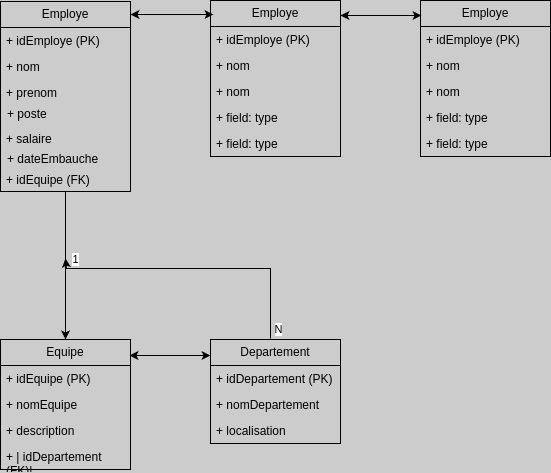
The draw.io diagram MCD.png in ach-ser-enset/Base-de-donn-es, before a commit. Source tidied: cells renumbered, new cells last; positions are measured from the earlier drawing's top-left corner, leaving out a move shared by most shapes. Its diagram source:
```xml
<mxGraphModel background="#CCCCCC">
  <root>
    <mxCell id="0" />
    <mxCell id="1" parent="0" />
    <mxCell id="2" style="edgeStyle=orthogonalEdgeStyle;rounded=0;jettySize=auto;html=1;" parent="1" edge="1" source="3" target="8">
      <mxGeometry relative="1" as="geometry" />
    </mxCell>
    <mxCell id="3" value="Employe" style="swimlane;fontStyle=0;horizontal=1;startSize=26;fillColor=none;whiteSpace=wrap;html=1;" parent="1" vertex="1">
      <mxGeometry y="1" width="130" height="190" as="geometry" />
    </mxCell>
    <mxCell id="4" value="+&amp;nbsp;idEmploye (PK) " style="text;strokeColor=none;fillColor=none;align=left;verticalAlign=top;spacingLeft=4;spacingRight=4;overflow=hidden;whiteSpace=wrap;html=1;" parent="3" vertex="1">
      <mxGeometry y="26" width="130" height="26" as="geometry" />
    </mxCell>
    <mxCell id="5" value="+ nom&lt;div&gt;&lt;br&gt;&lt;/div&gt;" style="text;strokeColor=none;fillColor=none;align=left;verticalAlign=top;spacingLeft=4;spacingRight=4;overflow=hidden;whiteSpace=wrap;html=1;" parent="3" vertex="1">
      <mxGeometry y="52" width="130" height="26" as="geometry" />
    </mxCell>
    <mxCell id="6" value="+ prenom" style="text;strokeColor=none;fillColor=none;align=left;verticalAlign=top;spacingLeft=4;spacingRight=4;overflow=hidden;whiteSpace=wrap;html=1;" parent="3" vertex="1">
      <mxGeometry y="78" width="130" height="112" as="geometry" />
    </mxCell>
    <mxCell id="7" style="edgeStyle=orthogonalEdgeStyle;rounded=0;orthogonalLoop=1;jettySize=auto;html=1;" parent="1" edge="1">
      <mxGeometry relative="1" as="geometry">
        <mxPoint x="130" y="355" as="sourcePoint" />
        <mxPoint x="210" y="355" as="targetPoint" />
        <Array as="points">
          <mxPoint x="140" y="355" />
          <mxPoint x="140" y="355" />
        </Array>
      </mxGeometry>
    </mxCell>
    <mxCell id="8" value="Equipe" style="swimlane;fontStyle=0;horizontal=1;startSize=26;fillColor=none;whiteSpace=wrap;html=1;" parent="1" vertex="1">
      <mxGeometry y="339" width="130" height="130" as="geometry" />
    </mxCell>
    <mxCell id="9" value="+&amp;nbsp;idEquipe (PK) " style="text;strokeColor=none;fillColor=none;align=left;verticalAlign=top;spacingLeft=4;spacingRight=4;overflow=hidden;whiteSpace=wrap;html=1;" parent="8" vertex="1">
      <mxGeometry y="26" width="130" height="26" as="geometry" />
    </mxCell>
    <mxCell id="10" value="+ nomEquipe&lt;div&gt;&lt;br&gt;&lt;/div&gt;" style="text;strokeColor=none;fillColor=none;align=left;verticalAlign=top;spacingLeft=4;spacingRight=4;overflow=hidden;whiteSpace=wrap;html=1;" parent="8" vertex="1">
      <mxGeometry y="52" width="130" height="26" as="geometry" />
    </mxCell>
    <mxCell id="11" value="+ description" style="text;strokeColor=none;fillColor=none;align=left;verticalAlign=top;spacingLeft=4;spacingRight=4;overflow=hidden;whiteSpace=wrap;html=1;" parent="8" vertex="1">
      <mxGeometry y="78" width="130" height="26" as="geometry" />
    </mxCell>
    <mxCell id="12" value="+ | idDepartement (FK)|&lt;div&gt;&lt;br/&gt;&lt;/div&gt;" style="text;strokeColor=none;fillColor=none;align=left;verticalAlign=top;spacingLeft=4;spacingRight=4;overflow=hidden;whiteSpace=wrap;html=1;" parent="8" vertex="1">
      <mxGeometry y="104" width="130" height="26" as="geometry" />
    </mxCell>
    <mxCell id="13" style="edgeStyle=orthogonalEdgeStyle;rounded=0;orthogonalLoop=1;jettySize=auto;html=1;" parent="1" edge="1">
      <mxGeometry relative="1" as="geometry">
        <mxPoint x="341" y="15" as="sourcePoint" />
        <mxPoint x="421" y="15" as="targetPoint" />
      </mxGeometry>
    </mxCell>
    <mxCell id="14" value="Employe" style="swimlane;fontStyle=0;horizontal=1;startSize=26;fillColor=none;whiteSpace=wrap;html=1;" parent="1" vertex="1">
      <mxGeometry x="210" width="130" height="156" as="geometry" />
    </mxCell>
    <mxCell id="15" value="+&amp;nbsp;idEmploye (PK) " style="text;strokeColor=none;fillColor=none;align=left;verticalAlign=top;spacingLeft=4;spacingRight=4;overflow=hidden;whiteSpace=wrap;html=1;" parent="14" vertex="1">
      <mxGeometry y="26" width="130" height="26" as="geometry" />
    </mxCell>
    <mxCell id="16" value="+ nom&lt;div&gt;&lt;br&gt;&lt;/div&gt;" style="text;strokeColor=none;fillColor=none;align=left;verticalAlign=top;spacingLeft=4;spacingRight=4;overflow=hidden;whiteSpace=wrap;html=1;" parent="14" vertex="1">
      <mxGeometry y="52" width="130" height="26" as="geometry" />
    </mxCell>
    <mxCell id="17" value="+ nom&lt;div&gt;&lt;br&gt;&lt;/div&gt;" style="text;strokeColor=none;fillColor=none;align=left;verticalAlign=top;spacingLeft=4;spacingRight=4;overflow=hidden;whiteSpace=wrap;html=1;" parent="14" vertex="1">
      <mxGeometry y="78" width="130" height="26" as="geometry" />
    </mxCell>
    <mxCell id="18" value="+ field: type" style="text;strokeColor=none;fillColor=none;align=left;verticalAlign=top;spacingLeft=4;spacingRight=4;overflow=hidden;whiteSpace=wrap;html=1;" parent="14" vertex="1">
      <mxGeometry y="104" width="130" height="26" as="geometry" />
    </mxCell>
    <mxCell id="19" value="+ field: type" style="text;strokeColor=none;fillColor=none;align=left;verticalAlign=top;spacingLeft=4;spacingRight=4;overflow=hidden;whiteSpace=wrap;html=1;" parent="14" vertex="1">
      <mxGeometry y="130" width="130" height="26" as="geometry" />
    </mxCell>
    <mxCell id="20" value="Employe" style="swimlane;fontStyle=0;horizontal=1;startSize=26;fillColor=none;whiteSpace=wrap;html=1;" parent="1" vertex="1">
      <mxGeometry x="420" width="130" height="156" as="geometry" />
    </mxCell>
    <mxCell id="21" value="+&amp;nbsp;idEmploye (PK) " style="text;strokeColor=none;fillColor=none;align=left;verticalAlign=top;spacingLeft=4;spacingRight=4;overflow=hidden;whiteSpace=wrap;html=1;" parent="20" vertex="1">
      <mxGeometry y="26" width="130" height="26" as="geometry" />
    </mxCell>
    <mxCell id="22" value="+ nom&lt;div&gt;&lt;br&gt;&lt;/div&gt;" style="text;strokeColor=none;fillColor=none;align=left;verticalAlign=top;spacingLeft=4;spacingRight=4;overflow=hidden;whiteSpace=wrap;html=1;" parent="20" vertex="1">
      <mxGeometry y="52" width="130" height="26" as="geometry" />
    </mxCell>
    <mxCell id="23" value="+ nom&lt;div&gt;&lt;br&gt;&lt;/div&gt;" style="text;strokeColor=none;fillColor=none;align=left;verticalAlign=top;spacingLeft=4;spacingRight=4;overflow=hidden;whiteSpace=wrap;html=1;" parent="20" vertex="1">
      <mxGeometry y="78" width="130" height="26" as="geometry" />
    </mxCell>
    <mxCell id="24" value="+ field: type" style="text;strokeColor=none;fillColor=none;align=left;verticalAlign=top;spacingLeft=4;spacingRight=4;overflow=hidden;whiteSpace=wrap;html=1;" parent="20" vertex="1">
      <mxGeometry y="104" width="130" height="26" as="geometry" />
    </mxCell>
    <mxCell id="25" value="+ field: type" style="text;strokeColor=none;fillColor=none;align=left;verticalAlign=top;spacingLeft=4;spacingRight=4;overflow=hidden;whiteSpace=wrap;html=1;" parent="20" vertex="1">
      <mxGeometry y="130" width="130" height="26" as="geometry" />
    </mxCell>
    <mxCell id="26" style="edgeStyle=orthogonalEdgeStyle;rounded=0;orthogonalLoop=1;jettySize=auto;html=1;" parent="1" edge="1">
      <mxGeometry relative="1" as="geometry">
        <mxPoint x="270" y="338" as="sourcePoint" />
        <mxPoint x="65" y="258" as="targetPoint" />
        <Array as="points">
          <mxPoint x="270" y="268" />
          <mxPoint x="66" y="268" />
        </Array>
      </mxGeometry>
    </mxCell>
    <mxCell id="27" value="1" style="edgeLabel;html=1;align=center;verticalAlign=middle;" parent="26" vertex="1">
      <mxGeometry x="0.96" relative="1" as="geometry">
        <mxPoint x="9" y="-5" as="offset" />
      </mxGeometry>
    </mxCell>
    <mxCell id="28" value="N" style="edgeLabel;html=1;align=center;verticalAlign=middle;" parent="26" vertex="1">
      <mxGeometry x="-0.93" y="-2" relative="1" as="geometry">
        <mxPoint x="5" as="offset" />
      </mxGeometry>
    </mxCell>
    <mxCell id="29" value="Departement" style="swimlane;fontStyle=0;horizontal=1;startSize=26;fillColor=none;whiteSpace=wrap;html=1;" parent="1" vertex="1">
      <mxGeometry x="210" y="339" width="130" height="104" as="geometry" />
    </mxCell>
    <mxCell id="30" value="+&amp;nbsp;idDepartement (PK) " style="text;strokeColor=none;fillColor=none;align=left;verticalAlign=top;spacingLeft=4;spacingRight=4;overflow=hidden;whiteSpace=wrap;html=1;" parent="29" vertex="1">
      <mxGeometry y="26" width="130" height="26" as="geometry" />
    </mxCell>
    <mxCell id="31" value="+ nomDepartement&lt;div&gt;&lt;br&gt;&lt;/div&gt;" style="text;strokeColor=none;fillColor=none;align=left;verticalAlign=top;spacingLeft=4;spacingRight=4;overflow=hidden;whiteSpace=wrap;html=1;" parent="29" vertex="1">
      <mxGeometry y="52" width="130" height="26" as="geometry" />
    </mxCell>
    <mxCell id="32" value="+&amp;nbsp;localisation" style="text;strokeColor=none;fillColor=none;align=left;verticalAlign=top;spacingLeft=4;spacingRight=4;overflow=hidden;whiteSpace=wrap;html=1;" parent="29" vertex="1">
      <mxGeometry y="78" width="130" height="26" as="geometry" />
    </mxCell>
    <mxCell id="33" style="edgeStyle=orthogonalEdgeStyle;rounded=0;orthogonalLoop=1;jettySize=auto;html=1;exitX=-0.023;exitY=0.077;exitDx=0;exitDy=0;exitPerimeter=0;" parent="1" edge="1">
      <mxGeometry relative="1" as="geometry">
        <mxPoint x="206" y="355" as="sourcePoint" />
        <mxPoint x="129" y="355" as="targetPoint" />
      </mxGeometry>
    </mxCell>
    <mxCell id="34" style="edgeStyle=orthogonalEdgeStyle;rounded=0;orthogonalLoop=1;jettySize=auto;html=1;entryX=0;entryY=0.5;entryDx=0;entryDy=0;" parent="1" edge="1">
      <mxGeometry relative="1" as="geometry">
        <mxPoint x="133" y="14" as="sourcePoint" />
        <mxPoint x="213" y="14" as="targetPoint" />
      </mxGeometry>
    </mxCell>
    <mxCell id="35" style="edgeStyle=orthogonalEdgeStyle;rounded=0;orthogonalLoop=1;jettySize=auto;html=1;entryX=1;entryY=0.5;entryDx=0;entryDy=0;" parent="1" edge="1">
      <mxGeometry relative="1" as="geometry">
        <mxPoint x="210" y="14" as="sourcePoint" />
        <mxPoint x="130" y="14" as="targetPoint" />
      </mxGeometry>
    </mxCell>
    <mxCell id="36" style="edgeStyle=orthogonalEdgeStyle;rounded=0;orthogonalLoop=1;jettySize=auto;html=1;entryX=1;entryY=0.5;entryDx=0;entryDy=0;" parent="1" edge="1">
      <mxGeometry relative="1" as="geometry">
        <mxPoint x="420" y="15" as="sourcePoint" />
        <mxPoint x="340" y="15" as="targetPoint" />
      </mxGeometry>
    </mxCell>
    <mxCell id="37" value="+ salaire" style="text;strokeColor=none;fillColor=none;align=left;verticalAlign=top;spacingLeft=4;spacingRight=4;overflow=hidden;whiteSpace=wrap;html=1;" parent="1" vertex="1">
      <mxGeometry y="125" width="130" height="40" as="geometry" />
    </mxCell>
    <mxCell id="38" value="+ dateEmbauche" style="text;strokeColor=none;fillColor=none;align=left;verticalAlign=top;spacingLeft=4;spacingRight=4;overflow=hidden;whiteSpace=wrap;html=1;" parent="1" vertex="1">
      <mxGeometry x="1" y="145" width="130" height="40" as="geometry" />
    </mxCell>
    <mxCell id="39" value="+ poste" style="text;strokeColor=none;fillColor=none;align=left;verticalAlign=top;spacingLeft=4;spacingRight=4;overflow=hidden;whiteSpace=wrap;html=1;" parent="1" vertex="1">
      <mxGeometry x="1" y="100" width="130" height="26" as="geometry" />
    </mxCell>
    <mxCell id="40" value="+ idEquipe (FK)" style="text;strokeColor=none;fillColor=none;align=left;verticalAlign=top;spacingLeft=4;spacingRight=4;overflow=hidden;whiteSpace=wrap;html=1;" parent="1" vertex="1">
      <mxGeometry y="166" width="130" height="40" as="geometry" />
    </mxCell>
  </root>
</mxGraphModel>
```
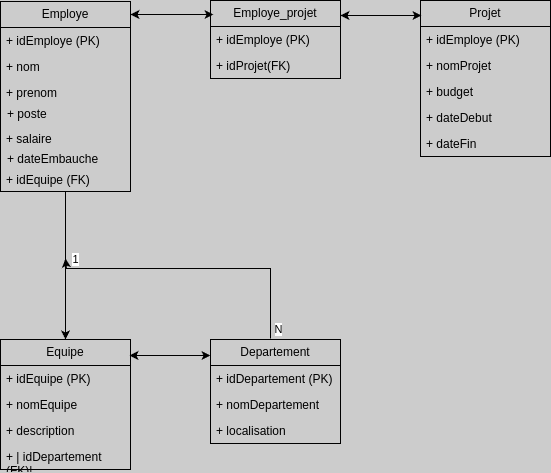
Above is the later version.

What changed in the source:
```diff
@@ -48,40 +48,31 @@
         <mxPoint x="421" y="15" as="targetPoint" />
       </mxGeometry>
     </mxCell>
-    <mxCell id="14" value="Employe" style="swimlane;fontStyle=0;horizontal=1;startSize=26;fillColor=none;whiteSpace=wrap;html=1;" parent="1" vertex="1">
-      <mxGeometry x="210" width="130" height="156" as="geometry" />
+    <mxCell id="14" value="Employe_projet" style="swimlane;fontStyle=0;horizontal=1;startSize=26;fillColor=none;whiteSpace=wrap;html=1;" parent="1" vertex="1">
+      <mxGeometry x="210" width="130" height="78" as="geometry" />
     </mxCell>
     <mxCell id="15" value="+&amp;nbsp;idEmploye (PK) " style="text;strokeColor=none;fillColor=none;align=left;verticalAlign=top;spacingLeft=4;spacingRight=4;overflow=hidden;whiteSpace=wrap;html=1;" parent="14" vertex="1">
       <mxGeometry y="26" width="130" height="26" as="geometry" />
     </mxCell>
-    <mxCell id="16" value="+ nom&lt;div&gt;&lt;br&gt;&lt;/div&gt;" style="text;strokeColor=none;fillColor=none;align=left;verticalAlign=top;spacingLeft=4;spacingRight=4;overflow=hidden;whiteSpace=wrap;html=1;" parent="14" vertex="1">
+    <mxCell id="16" value="+ idProjet(FK)&lt;div&gt;&lt;br&gt;&lt;/div&gt;" style="text;strokeColor=none;fillColor=none;align=left;verticalAlign=top;spacingLeft=4;spacingRight=4;overflow=hidden;whiteSpace=wrap;html=1;" parent="14" vertex="1">
       <mxGeometry y="52" width="130" height="26" as="geometry" />
     </mxCell>
-    <mxCell id="17" value="+ nom&lt;div&gt;&lt;br&gt;&lt;/div&gt;" style="text;strokeColor=none;fillColor=none;align=left;verticalAlign=top;spacingLeft=4;spacingRight=4;overflow=hidden;whiteSpace=wrap;html=1;" parent="14" vertex="1">
-      <mxGeometry y="78" width="130" height="26" as="geometry" />
-    </mxCell>
-    <mxCell id="18" value="+ field: type" style="text;strokeColor=none;fillColor=none;align=left;verticalAlign=top;spacingLeft=4;spacingRight=4;overflow=hidden;whiteSpace=wrap;html=1;" parent="14" vertex="1">
-      <mxGeometry y="104" width="130" height="26" as="geometry" />
-    </mxCell>
-    <mxCell id="19" value="+ field: type" style="text;strokeColor=none;fillColor=none;align=left;verticalAlign=top;spacingLeft=4;spacingRight=4;overflow=hidden;whiteSpace=wrap;html=1;" parent="14" vertex="1">
-      <mxGeometry y="130" width="130" height="26" as="geometry" />
-    </mxCell>
-    <mxCell id="20" value="Employe" style="swimlane;fontStyle=0;horizontal=1;startSize=26;fillColor=none;whiteSpace=wrap;html=1;" parent="1" vertex="1">
+    <mxCell id="20" value="Projet" style="swimlane;fontStyle=0;horizontal=1;startSize=26;fillColor=none;whiteSpace=wrap;html=1;" parent="1" vertex="1">
       <mxGeometry x="420" width="130" height="156" as="geometry" />
     </mxCell>
     <mxCell id="21" value="+&amp;nbsp;idEmploye (PK) " style="text;strokeColor=none;fillColor=none;align=left;verticalAlign=top;spacingLeft=4;spacingRight=4;overflow=hidden;whiteSpace=wrap;html=1;" parent="20" vertex="1">
       <mxGeometry y="26" width="130" height="26" as="geometry" />
     </mxCell>
-    <mxCell id="22" value="+ nom&lt;div&gt;&lt;br&gt;&lt;/div&gt;" style="text;strokeColor=none;fillColor=none;align=left;verticalAlign=top;spacingLeft=4;spacingRight=4;overflow=hidden;whiteSpace=wrap;html=1;" parent="20" vertex="1">
+    <mxCell id="22" value="+ nomProjet&lt;div&gt;&lt;br&gt;&lt;/div&gt;" style="text;strokeColor=none;fillColor=none;align=left;verticalAlign=top;spacingLeft=4;spacingRight=4;overflow=hidden;whiteSpace=wrap;html=1;" parent="20" vertex="1">
       <mxGeometry y="52" width="130" height="26" as="geometry" />
     </mxCell>
-    <mxCell id="23" value="+ nom&lt;div&gt;&lt;br&gt;&lt;/div&gt;" style="text;strokeColor=none;fillColor=none;align=left;verticalAlign=top;spacingLeft=4;spacingRight=4;overflow=hidden;whiteSpace=wrap;html=1;" parent="20" vertex="1">
+    <mxCell id="23" value="+ budget&lt;div&gt;&lt;br&gt;&lt;/div&gt;" style="text;strokeColor=none;fillColor=none;align=left;verticalAlign=top;spacingLeft=4;spacingRight=4;overflow=hidden;whiteSpace=wrap;html=1;" parent="20" vertex="1">
       <mxGeometry y="78" width="130" height="26" as="geometry" />
     </mxCell>
-    <mxCell id="24" value="+ field: type" style="text;strokeColor=none;fillColor=none;align=left;verticalAlign=top;spacingLeft=4;spacingRight=4;overflow=hidden;whiteSpace=wrap;html=1;" parent="20" vertex="1">
+    <mxCell id="24" value="+ dateDebut" style="text;strokeColor=none;fillColor=none;align=left;verticalAlign=top;spacingLeft=4;spacingRight=4;overflow=hidden;whiteSpace=wrap;html=1;" parent="20" vertex="1">
       <mxGeometry y="104" width="130" height="26" as="geometry" />
     </mxCell>
-    <mxCell id="25" value="+ field: type" style="text;strokeColor=none;fillColor=none;align=left;verticalAlign=top;spacingLeft=4;spacingRight=4;overflow=hidden;whiteSpace=wrap;html=1;" parent="20" vertex="1">
+    <mxCell id="25" value="+ dateFin&lt;div&gt;&lt;br&gt;&lt;/div&gt;" style="text;strokeColor=none;fillColor=none;align=left;verticalAlign=top;spacingLeft=4;spacingRight=4;overflow=hidden;whiteSpace=wrap;html=1;" parent="20" vertex="1">
       <mxGeometry y="130" width="130" height="26" as="geometry" />
     </mxCell>
     <mxCell id="26" style="edgeStyle=orthogonalEdgeStyle;rounded=0;orthogonalLoop=1;jettySize=auto;html=1;" parent="1" edge="1">
```
